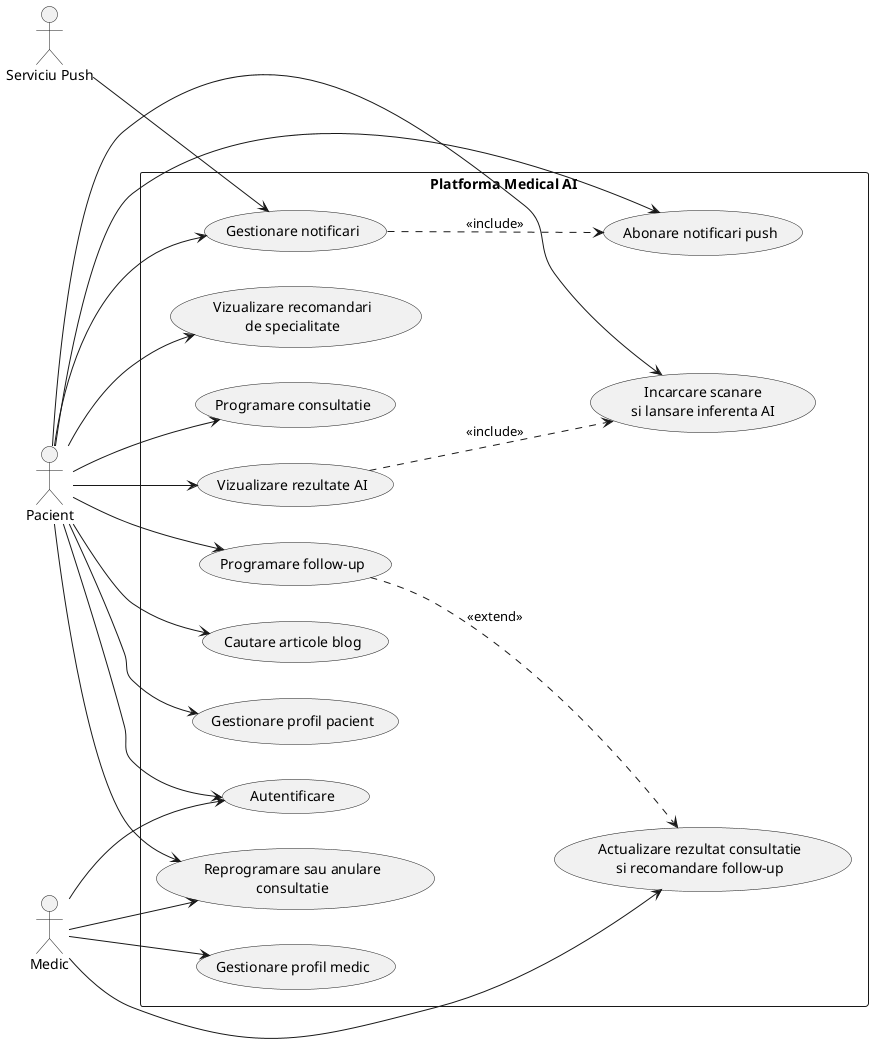
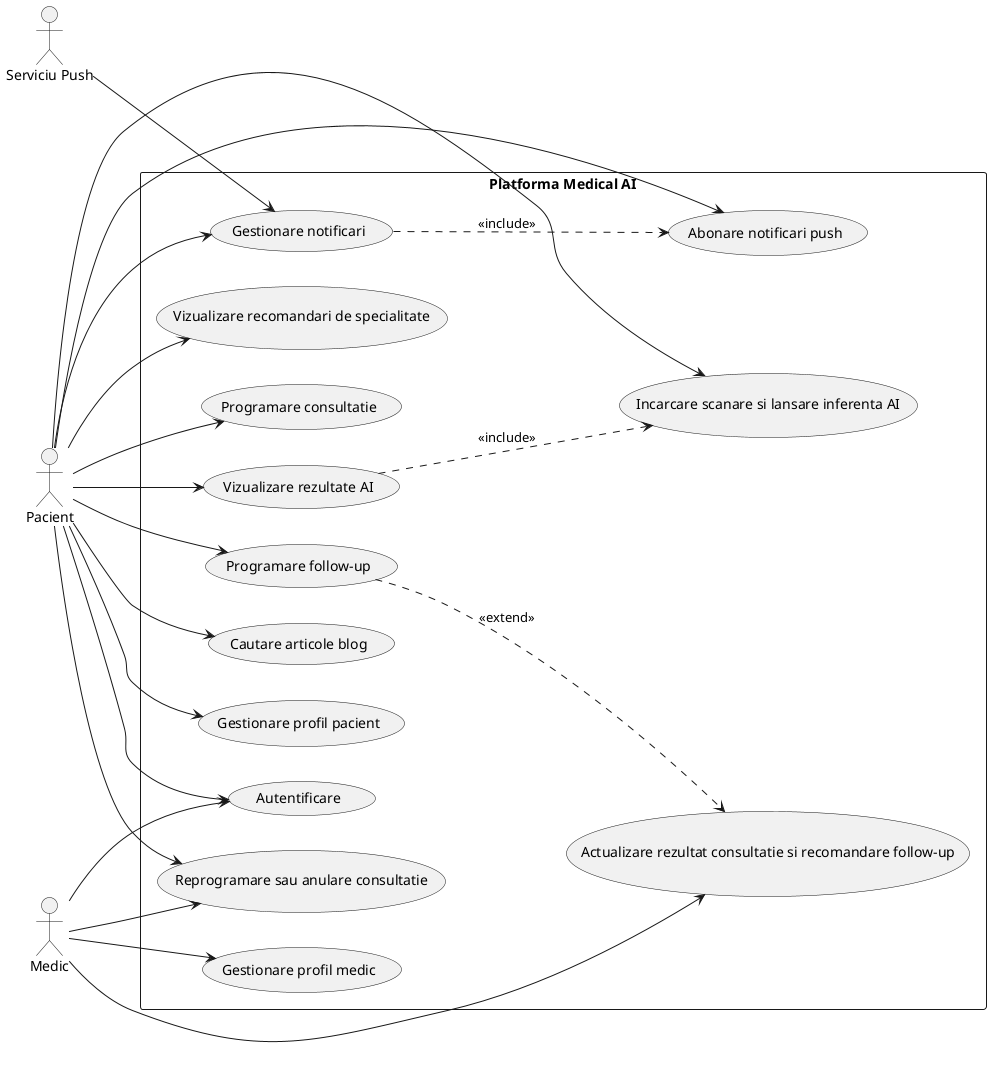
@startuml
left to right direction

actor Pacient
actor Medic
actor "Serviciu Push" as Push

rectangle "Platforma Medical AI" {
  usecase "Autentificare" as UCAuth
  usecase "Gestionare profil pacient" as UCProfilPacient
  usecase "Gestionare profil medic" as UCProfilMedic
-   usecase "Vizualizare recomandari\nde specialitate" as UCRecomandari
+   usecase "Vizualizare recomandari de specialitate" as UCRecomandari
  usecase "Programare consultatie" as UCProgramare
-   usecase "Reprogramare sau anulare\nconsultatie" as UCUpdateProgramare
-   usecase "Incarcare scanare\nsi lansare inferenta AI" as UCScan
+   usecase "Reprogramare sau anulare consultatie" as UCUpdateProgramare
+   usecase "Incarcare scanare si lansare inferenta AI" as UCScan
  usecase "Vizualizare rezultate AI" as UCRezultateAI
-   usecase "Actualizare rezultat consultatie\nsi recomandare follow-up" as UCMedicOutcome
+   usecase "Actualizare rezultat consultatie si recomandare follow-up" as UCMedicOutcome
  usecase "Programare follow-up" as UCFollowUp
  usecase "Cautare articole blog" as UCBlog
  usecase "Gestionare notificari" as UCNotificari
  usecase "Abonare notificari push" as UCPush
}

Pacient --> UCAuth
Pacient --> UCProfilPacient
Pacient --> UCRecomandari
Pacient --> UCProgramare
Pacient --> UCUpdateProgramare
Pacient --> UCScan
Pacient --> UCRezultateAI
Pacient --> UCFollowUp
Pacient --> UCBlog
Pacient --> UCNotificari
Pacient --> UCPush

Medic --> UCAuth
Medic --> UCProfilMedic
Medic --> UCUpdateProgramare
Medic --> UCMedicOutcome

Push --> UCNotificari

UCRezultateAI ..> UCScan : <<include>>
UCFollowUp ..> UCMedicOutcome : <<extend>>
UCNotificari ..> UCPush : <<include>>

@enduml